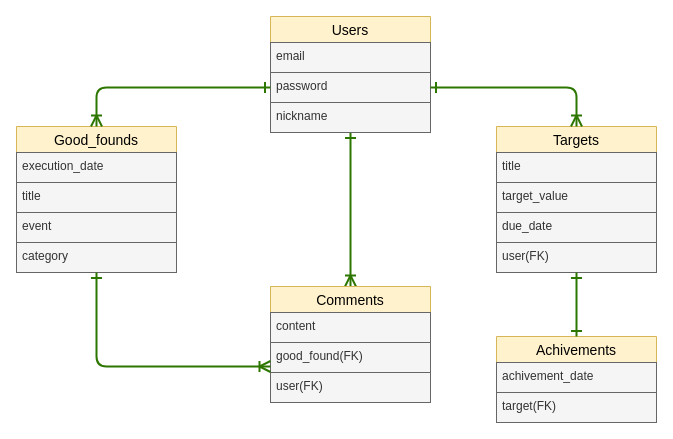
akiyuki-23/bright-side keeps this draw.io diagram as page "ページ1" (1 of 2) of bright-side.dio. Above is the earlier version. Source tidied: cells renumbered, new cells numbered last; positions are measured from the earlier drawing's top-left corner, leaving out a move shared by most shapes. Both pictures are drawn from the tidied source at 100%, with x=0, y=0 at pixel (16, 16).
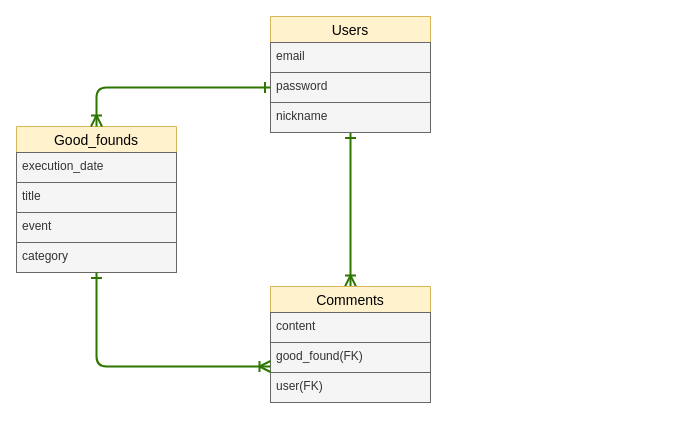
Above is the later version.

The change refers to these unchanged cells:
```xml
<mxCell id="10" value="password" style="text;strokeColor=#666666;fillColor=#f5f5f5;spacingLeft=4;spacingRight=4;overflow=hidden;points=[[0,0.5],[1,0.5]];portConstraint=eastwest;fontSize=12;fontColor=#333333;" parent="8" vertex="1">
  <mxGeometry y="56" width="160" height="30" as="geometry" />
</mxCell>
```

Diff of the diagram source:
```diff
@@
-    <mxCell id="16" value="Targets" style="swimlane;fontStyle=0;horizontal=1;startSize=26;align=center;fontSize=14;fillColor=#fff2cc;strokeColor=#d6b656;fontColor=#000000;" parent="1" vertex="1">
-      <mxGeometry x="480" y="110" width="160" height="146" as="geometry" />
-    </mxCell>
-    <mxCell id="17" value="title" style="text;strokeColor=#666666;fillColor=#f5f5f5;spacingLeft=4;spacingRight=4;overflow=hidden;fontSize=12;fontColor=#333333;" parent="16" vertex="1">
-      <mxGeometry y="26" width="160" height="30" as="geometry" />
-    </mxCell>
-    <mxCell id="18" value="target_value" style="text;strokeColor=#666666;fillColor=#f5f5f5;spacingLeft=4;spacingRight=4;overflow=hidden;fontSize=12;fontColor=#333333;" parent="16" vertex="1">
-      <mxGeometry y="56" width="160" height="30" as="geometry" />
-    </mxCell>
-    <mxCell id="19" value="due_date" style="text;strokeColor=#666666;fillColor=#f5f5f5;spacingLeft=4;spacingRight=4;overflow=hidden;fontSize=12;fontColor=#333333;" parent="16" vertex="1">
-      <mxGeometry y="86" width="160" height="30" as="geometry" />
-    </mxCell>
-    <mxCell id="20" value="user(FK)" style="text;strokeColor=#666666;fillColor=#f5f5f5;spacingLeft=4;spacingRight=4;overflow=hidden;fontSize=12;fontColor=#333333;" parent="16" vertex="1">
-      <mxGeometry y="116" width="160" height="30" as="geometry" />
-    </mxCell>
@@
-    <mxCell id="23" style="edgeStyle=none;html=1;exitX=1;exitY=0.5;exitDx=0;exitDy=0;entryX=0.5;entryY=0;entryDx=0;entryDy=0;startArrow=ERone;startFill=0;endArrow=ERoneToMany;endFill=0;elbow=vertical;fillColor=#60a917;strokeColor=#2D7600;strokeWidth=2;endSize=8;startSize=8;" parent="1" edge="1" source="10" target="16">
-      <mxGeometry relative="1" as="geometry">
-        <Array as="points">
-          <mxPoint x="560" y="71" />
-        </Array>
-      </mxGeometry>
-    </mxCell>
-    <mxCell id="24" value="Achivements" style="swimlane;fontStyle=0;horizontal=1;startSize=26;align=center;fontSize=14;fillColor=#fff2cc;strokeColor=#d6b656;fontColor=#000000;" parent="1" vertex="1">
-      <mxGeometry x="480" y="320" width="160" height="86" as="geometry" />
-    </mxCell>
-    <mxCell id="25" value="achivement_date" style="text;strokeColor=#666666;fillColor=#f5f5f5;spacingLeft=4;spacingRight=4;overflow=hidden;fontSize=12;fontColor=#333333;" parent="24" vertex="1">
-      <mxGeometry y="26" width="160" height="30" as="geometry" />
-    </mxCell>
-    <mxCell id="26" value="target(FK)" style="text;strokeColor=#666666;fillColor=#f5f5f5;spacingLeft=4;spacingRight=4;overflow=hidden;fontSize=12;fontColor=#333333;" parent="24" vertex="1">
-      <mxGeometry y="56" width="160" height="30" as="geometry" />
-    </mxCell>
-    <mxCell id="27" style="edgeStyle=none;html=1;entryX=0.5;entryY=0;entryDx=0;entryDy=0;startArrow=ERone;startFill=0;endArrow=ERone;endFill=0;elbow=vertical;fillColor=#60a917;strokeColor=#2D7600;strokeWidth=2;endSize=8;startSize=8;jumpSize=6;" parent="1" edge="1" source="16" target="24">
-      <mxGeometry relative="1" as="geometry" />
-    </mxCell>
```
